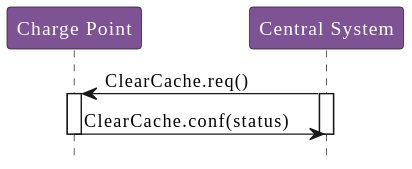
Earlier version of the PlantUML export OCPP_1.6/images/figure_25.svg (phoi5675/ocpp-markdown).
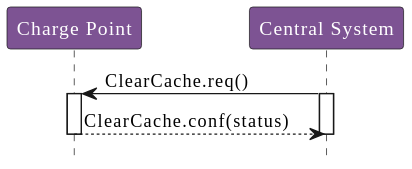
Above is the later version.

What changed in the source:
```diff
@@ -5,12 +5,10 @@
 participant "Central System" as CentralSystem
 
 CentralSystem -> ChargePoint : ClearCache.req()
-
 activate ChargePoint
 activate CentralSystem
 
-ChargePoint -> CentralSystem : ClearCache.conf(status)
-
+ChargePoint --> CentralSystem : ClearCache.conf(status)
 deactivate CentralSystem
 deactivate ChargePoint
 @enduml
```
